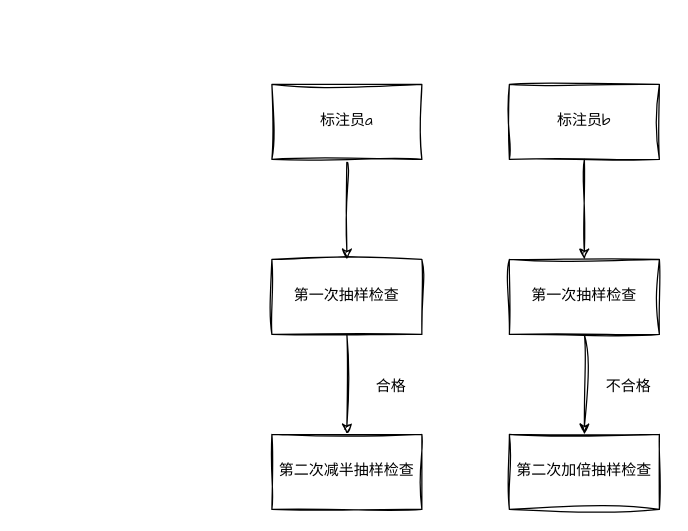
Earlier version of the draw.io diagram page "数据质检的方法-抽样检验" (6 of 6) of 人工智能训练师三级.drawio (n-i-n-g-e-n/drawio). Source tidied: cells renumbered, new cells numbered last; positions are measured from the earlier drawing's top-left corner, leaving out a move shared by most shapes. Both pictures are drawn from the tidied source at 125%, with x=0, y=0 at pixel (271, 84).
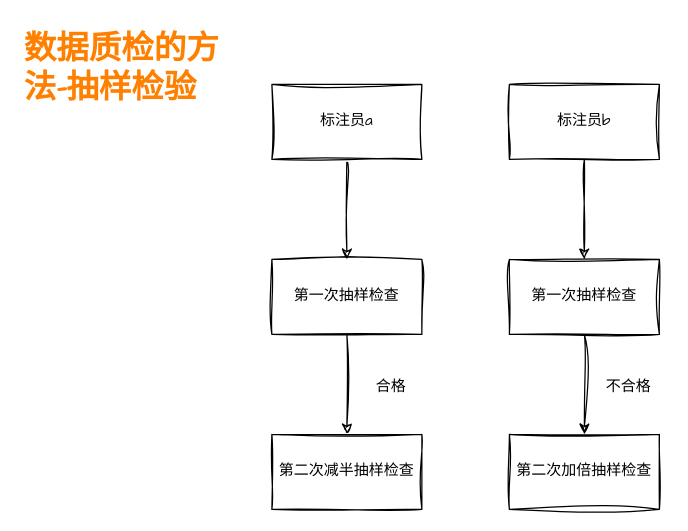
After the change.

Change to the diagram source:
```diff
@@
 <mxGraphModel>
   <root>
     <mxCell id="0" />
     <mxCell id="1" parent="0" />
     <mxCell id="2" style="edgeStyle=orthogonalEdgeStyle;rounded=0;sketch=1;hachureGap=4;jiggle=2;curveFitting=1;jettySize=auto;html=1;fontFamily=Architects Daughter;" parent="1" edge="1" source="3" target="7">
       <mxGeometry relative="1" as="geometry" />
     </mxCell>
     <mxCell id="3" value="标注员a" style="rounded=0;whiteSpace=wrap;html=1;sketch=1;hachureGap=4;jiggle=2;curveFitting=1;fontFamily=Architects Daughter;" parent="1" vertex="1">
       <mxGeometry width="120" height="60" as="geometry" />
     </mxCell>
     <mxCell id="4" style="edgeStyle=orthogonalEdgeStyle;rounded=0;sketch=1;hachureGap=4;jiggle=2;curveFitting=1;jettySize=auto;html=1;fontFamily=Architects Daughter;" parent="1" edge="1" source="5" target="11">
       <mxGeometry relative="1" as="geometry" />
     </mxCell>
     <mxCell id="5" value="标注员b" style="rounded=0;whiteSpace=wrap;html=1;sketch=1;hachureGap=4;jiggle=2;curveFitting=1;fontFamily=Architects Daughter;" parent="1" vertex="1">
       <mxGeometry x="190" width="120" height="60" as="geometry" />
     </mxCell>
     <mxCell id="6" style="edgeStyle=orthogonalEdgeStyle;rounded=0;sketch=1;hachureGap=4;jiggle=2;curveFitting=1;jettySize=auto;html=1;fontFamily=Architects Daughter;" parent="1" edge="1" source="7" target="8">
       <mxGeometry relative="1" as="geometry" />
     </mxCell>
     <mxCell id="7" value="第一次抽样检查" style="rounded=0;whiteSpace=wrap;html=1;sketch=1;hachureGap=4;jiggle=2;curveFitting=1;fontFamily=Architects Daughter;" parent="1" vertex="1">
       <mxGeometry y="140" width="120" height="60" as="geometry" />
     </mxCell>
     <mxCell id="8" value="第二次减半抽样检查" style="rounded=0;whiteSpace=wrap;html=1;sketch=1;hachureGap=4;jiggle=2;curveFitting=1;fontFamily=Architects Daughter;" parent="1" vertex="1">
       <mxGeometry y="280" width="120" height="60" as="geometry" />
     </mxCell>
     <mxCell id="9" value="合格" style="text;html=1;align=center;verticalAlign=middle;strokeColor=none;fillColor=none;fontFamily=Architects Daughter;" parent="1" vertex="1">
       <mxGeometry x="70" y="228" width="50" height="30" as="geometry" />
     </mxCell>
     <mxCell id="10" style="edgeStyle=orthogonalEdgeStyle;rounded=0;sketch=1;hachureGap=4;jiggle=2;curveFitting=1;jettySize=auto;html=1;fontFamily=Architects Daughter;" parent="1" edge="1" source="11" target="12">
       <mxGeometry relative="1" as="geometry" />
     </mxCell>
     <mxCell id="11" value="第一次抽样检查" style="rounded=0;whiteSpace=wrap;html=1;sketch=1;hachureGap=4;jiggle=2;curveFitting=1;fontFamily=Architects Daughter;" parent="1" vertex="1">
       <mxGeometry x="190" y="140" width="120" height="60" as="geometry" />
     </mxCell>
     <mxCell id="12" value="第二次加倍抽样检查" style="rounded=0;whiteSpace=wrap;html=1;sketch=1;hachureGap=4;jiggle=2;curveFitting=1;fontFamily=Architects Daughter;" parent="1" vertex="1">
       <mxGeometry x="190" y="280" width="120" height="60" as="geometry" />
     </mxCell>
     <mxCell id="13" value="不合格" style="text;html=1;align=center;verticalAlign=middle;strokeColor=none;fillColor=none;fontFamily=Architects Daughter;" parent="1" vertex="1">
       <mxGeometry x="255" y="228" width="60" height="30" as="geometry" />
     </mxCell>
+    <mxCell id="14" value="数据质检的方法-抽样检验" style="text;whiteSpace=wrap;fontFamily=Architects Daughter;fontStyle=1;fontSize=26;fontColor=#FF8000;" parent="1" vertex="1">
+      <mxGeometry x="-200" y="-50" width="160" height="60" as="geometry" />
+    </mxCell>
   </root>
 </mxGraphModel>
```
